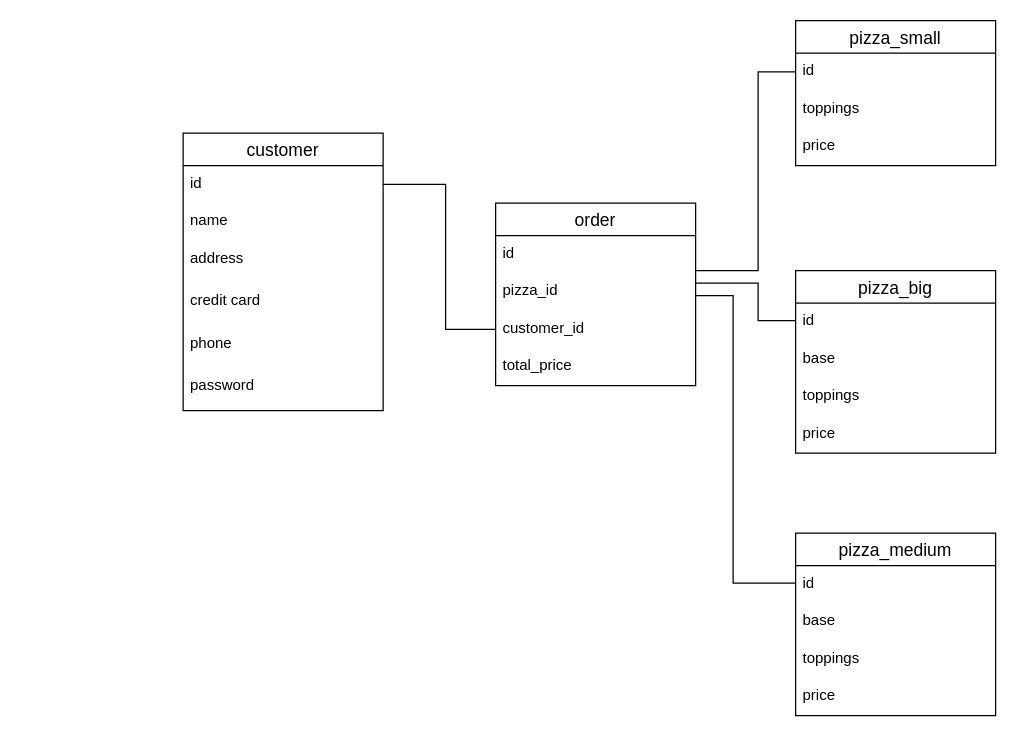
Before: Task 1/Domina.drawio in BlackFox1197/sdi, a draw.io diagram. Source tidied: cells renumbered, new cells numbered last; positions are measured from the earlier drawing's top-left corner, leaving out a move shared by most shapes. Both pictures are drawn from the tidied source at 125%, with x=0, y=0 at pixel (182, 20).
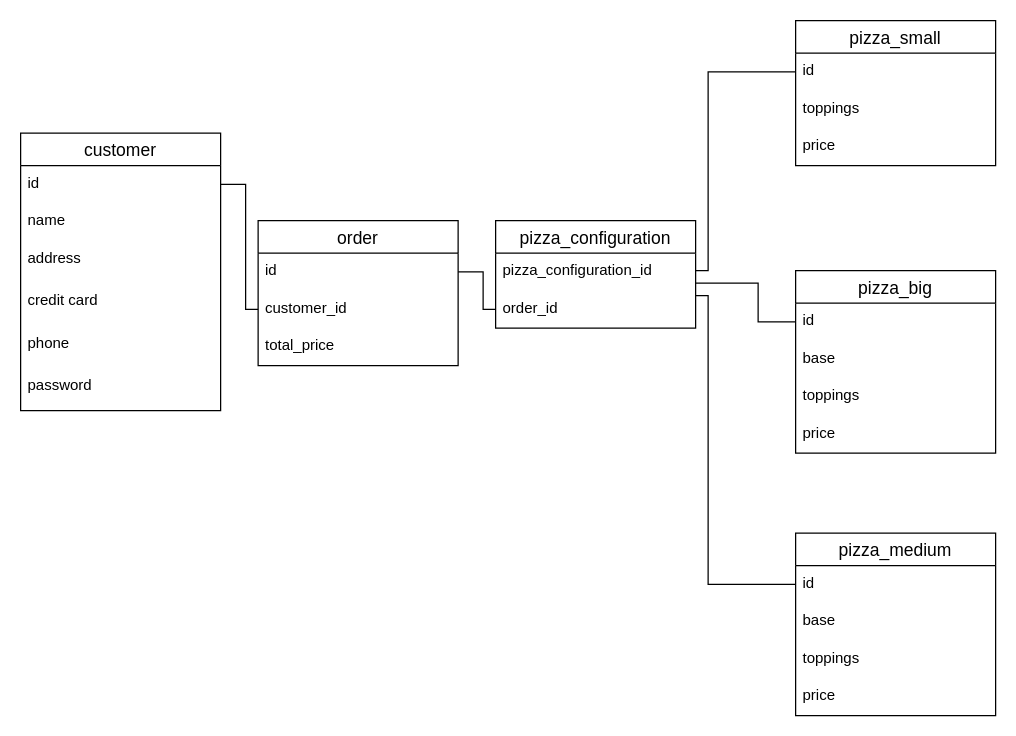
The same diagram, later.

Unchanged cells that the change refers to:
```xml
<mxCell id="3" value="id" style="text;strokeColor=none;fillColor=none;spacingLeft=4;spacingRight=4;overflow=hidden;points=[[0,0.5],[1,0.5]];portConstraint=eastwest;fontSize=12;" parent="2" vertex="1">
  <mxGeometry y="26" width="160" height="30" as="geometry" />
</mxCell>
<mxCell id="8" value="id" style="text;strokeColor=none;fillColor=none;spacingLeft=4;spacingRight=4;overflow=hidden;points=[[0,0.5],[1,0.5]];portConstraint=eastwest;fontSize=12;" parent="7" vertex="1">
  <mxGeometry y="26" width="160" height="30" as="geometry" />
</mxCell>
<mxCell id="15" value="id" style="text;strokeColor=none;fillColor=none;spacingLeft=4;spacingRight=4;overflow=hidden;points=[[0,0.5],[1,0.5]];portConstraint=eastwest;fontSize=12;" parent="14" vertex="1">
  <mxGeometry y="26" width="160" height="30" as="geometry" />
</mxCell>
<mxCell id="20" value="id" style="text;strokeColor=none;fillColor=none;spacingLeft=4;spacingRight=4;overflow=hidden;points=[[0,0.5],[1,0.5]];portConstraint=eastwest;fontSize=12;" parent="19" vertex="1">
  <mxGeometry y="26" width="160" height="30" as="geometry" />
</mxCell>
<mxCell id="24" value="id" style="text;strokeColor=none;fillColor=none;spacingLeft=4;spacingRight=4;overflow=hidden;points=[[0,0.5],[1,0.5]];portConstraint=eastwest;fontSize=12;" parent="23" vertex="1">
  <mxGeometry y="26" width="160" height="30" as="geometry" />
</mxCell>
```

The edit, as a diff of the source:
```diff
@@
     <mxCell id="7" value="customer" style="swimlane;fontStyle=0;horizontal=1;startSize=26;align=center;fontSize=14;" parent="1" vertex="1">
-      <mxGeometry y="90" width="160" height="222" as="geometry" />
+      <mxGeometry x="-130" y="90" width="160" height="222" as="geometry" />
     </mxCell>
@@
     <mxCell id="23" value="order" style="swimlane;fontStyle=0;horizontal=1;startSize=26;align=center;fontSize=14;" parent="1" vertex="1">
-      <mxGeometry x="250" y="146" width="160" height="146" as="geometry" />
+      <mxGeometry x="60" y="160" width="160" height="116" as="geometry" />
     </mxCell>
@@
-    <mxCell id="25" value="pizza_id" style="text;strokeColor=none;fillColor=none;spacingLeft=4;spacingRight=4;overflow=hidden;fontSize=12;" parent="23" vertex="1">
-      <mxGeometry y="56" width="160" height="30" as="geometry" />
-    </mxCell>
     <mxCell id="26" value="customer_id" style="text;strokeColor=none;fillColor=none;spacingLeft=4;spacingRight=4;overflow=hidden;points=[[0,0.5],[1,0.5]];portConstraint=eastwest;fontSize=12;" parent="23" vertex="1">
-      <mxGeometry y="86" width="160" height="30" as="geometry" />
+      <mxGeometry y="56" width="160" height="30" as="geometry" />
     </mxCell>
     <mxCell id="27" value="total_price" style="text;strokeColor=none;fillColor=none;spacingLeft=4;spacingRight=4;overflow=hidden;fontSize=12;" parent="23" vertex="1">
-      <mxGeometry y="116" width="160" height="30" as="geometry" />
+      <mxGeometry y="86" width="160" height="30" as="geometry" />
     </mxCell>
     <mxCell id="28" style="endArrow=none;html=1;rounded=0;entryX=0;entryY=0.5;entryDx=0;entryDy=0;exitX=1;exitY=0.5;exitDx=0;exitDy=0;" parent="1" edge="1" source="8" target="26">
       <mxGeometry relative="1" as="geometry">
         <Array as="points">
-          <mxPoint x="210" y="131" />
-          <mxPoint x="210" y="247" />
+          <mxPoint x="50" y="131" />
+          <mxPoint x="50" y="231" />
         </Array>
       </mxGeometry>
     </mxCell>
-    <mxCell id="29" style="endArrow=none;html=1;rounded=0;entryX=0;entryY=0.5;entryDx=0;entryDy=0;exitX=1;exitY=0.933;exitDx=0;exitDy=0;exitPerimeter=0;" parent="1" edge="1" source="24" target="20">
+    <mxCell id="29" style="endArrow=none;html=1;rounded=0;entryX=0;entryY=0.5;entryDx=0;entryDy=0;" parent="1" edge="1" target="20">
       <mxGeometry relative="1" as="geometry">
+        <mxPoint x="410" y="200" as="sourcePoint" />
         <Array as="points">
-          <mxPoint x="460" y="200" />
-          <mxPoint x="460" y="41" />
+          <mxPoint x="420" y="200" />
+          <mxPoint x="420" y="41" />
         </Array>
       </mxGeometry>
     </mxCell>
-    <mxCell id="30" style="endArrow=none;html=1;rounded=0;entryX=0;entryY=0.5;entryDx=0;entryDy=0;" parent="1" edge="1">
+    <mxCell id="30" style="endArrow=none;html=1;rounded=0;entryX=0;entryY=0.5;entryDx=0;entryDy=0;" parent="1" edge="1" target="15">
       <mxGeometry relative="1" as="geometry">
-        <mxPoint x="410" y="210" as="sourcePoint" />
-        <mxPoint x="490" y="240" as="targetPoint" />
+        <mxPoint x="420" y="210" as="sourcePoint" />
         <Array as="points">
+          <mxPoint x="410" y="210" />
+          <mxPoint x="420" y="210" />
           <mxPoint x="460" y="210" />
-          <mxPoint x="460" y="240" />
+          <mxPoint x="460" y="241" />
         </Array>
       </mxGeometry>
     </mxCell>
-    <mxCell id="31" style="endArrow=none;html=1;rounded=0;entryX=0;entryY=0.5;entryDx=0;entryDy=0;" parent="1" edge="1">
+    <mxCell id="31" style="endArrow=none;html=1;rounded=0;entryX=0;entryY=0.5;entryDx=0;entryDy=0;" parent="1" edge="1" target="3">
       <mxGeometry relative="1" as="geometry">
         <mxPoint x="410" y="220" as="sourcePoint" />
-        <mxPoint x="490" y="450" as="targetPoint" />
         <Array as="points">
-          <mxPoint x="440" y="220" />
-          <mxPoint x="440" y="350" />
-          <mxPoint x="440" y="450" />
+          <mxPoint x="420" y="220" />
+          <mxPoint x="420" y="350" />
+          <mxPoint x="420" y="451" />
         </Array>
       </mxGeometry>
     </mxCell>
+    <mxCell id="32" value="pizza_configuration" style="swimlane;fontStyle=0;horizontal=1;startSize=26;align=center;fontSize=14;" parent="1" vertex="1">
+      <mxGeometry x="250" y="160" width="160" height="86" as="geometry" />
+    </mxCell>
+    <mxCell id="33" value="pizza_configuration_id" style="text;strokeColor=none;fillColor=none;spacingLeft=4;spacingRight=4;overflow=hidden;fontSize=12;" parent="32" vertex="1">
+      <mxGeometry y="26" width="160" height="30" as="geometry" />
+    </mxCell>
+    <mxCell id="34" value="order_id" style="text;strokeColor=none;fillColor=none;spacingLeft=4;spacingRight=4;overflow=hidden;points=[[0,0.5],[1,0.5]];portConstraint=eastwest;fontSize=12;" parent="32" vertex="1">
+      <mxGeometry y="56" width="160" height="30" as="geometry" />
+    </mxCell>
+    <mxCell id="35" style="endArrow=none;html=1;rounded=0;exitX=1;exitY=0.5;exitDx=0;exitDy=0;entryX=0;entryY=0.5;entryDx=0;entryDy=0;" parent="1" edge="1" source="24" target="34">
+      <mxGeometry relative="1" as="geometry">
+        <Array as="points">
+          <mxPoint x="240" y="201" />
+          <mxPoint x="240" y="231" />
+        </Array>
+      </mxGeometry>
+    </mxCell>
```
